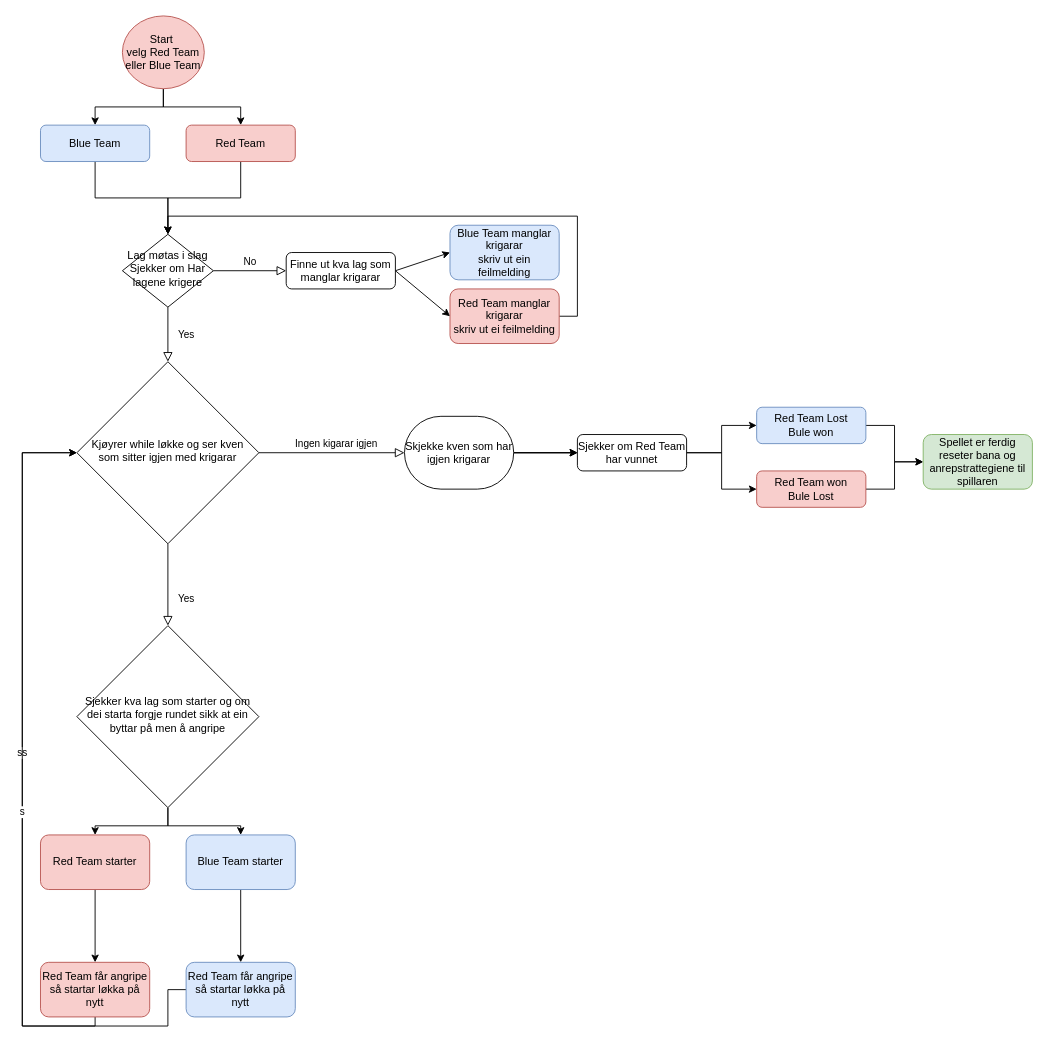
The draw.io diagram page "War game overlaying structure" (1 of 2) of Let_the_War_begin/Flytdiagram/Untitled Diagram.drawio in Newtexas28/IT1, before the edit. Source tidied: cells renumbered, new cells numbered last; positions are measured from the earlier drawing's top-left corner, leaving out a move shared by most shapes. Both pictures are drawn from the tidied source at 91%, with x=0, y=0 at pixel (22, 15).
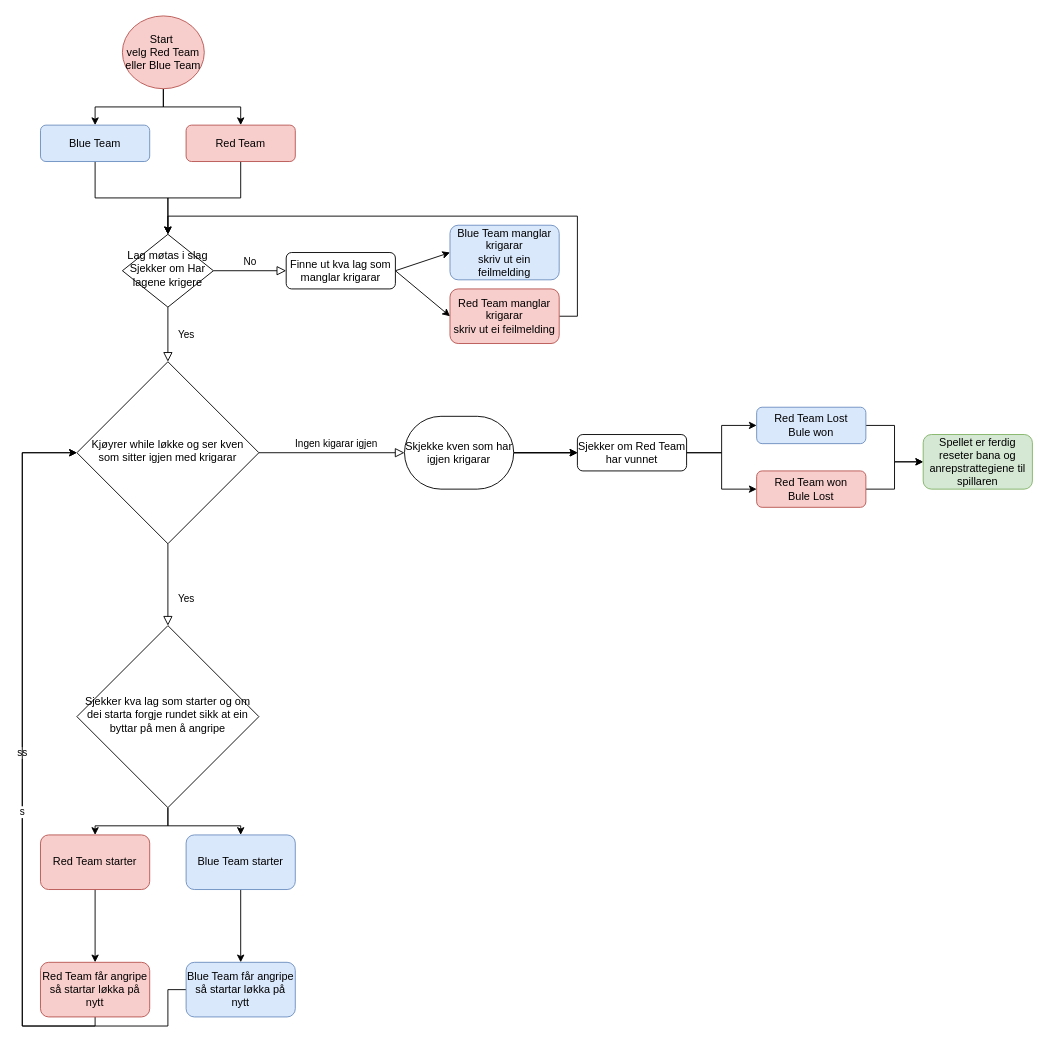
The same page after the edit.

Commit message:
Renaming and adding Attack damage caluculation

What changed in the source:
```diff
@@
-    <mxCell id="42" value="Red Team får angripe&lt;br style=&quot;border-color: var(--border-color);&quot;&gt;så startar løkka på nytt" style="rounded=1;whiteSpace=wrap;html=1;fillColor=#dae8fc;strokeColor=#6c8ebf;" parent="1" vertex="1">
+    <mxCell id="42" value="Blue Team får angripe&lt;br style=&quot;border-color: var(--border-color);&quot;&gt;så startar løkka på nytt" style="rounded=1;whiteSpace=wrap;html=1;fillColor=#dae8fc;strokeColor=#6c8ebf;" parent="1" vertex="1">
       <mxGeometry x="180" y="1040" width="120" height="60" as="geometry" />
     </mxCell>
```
